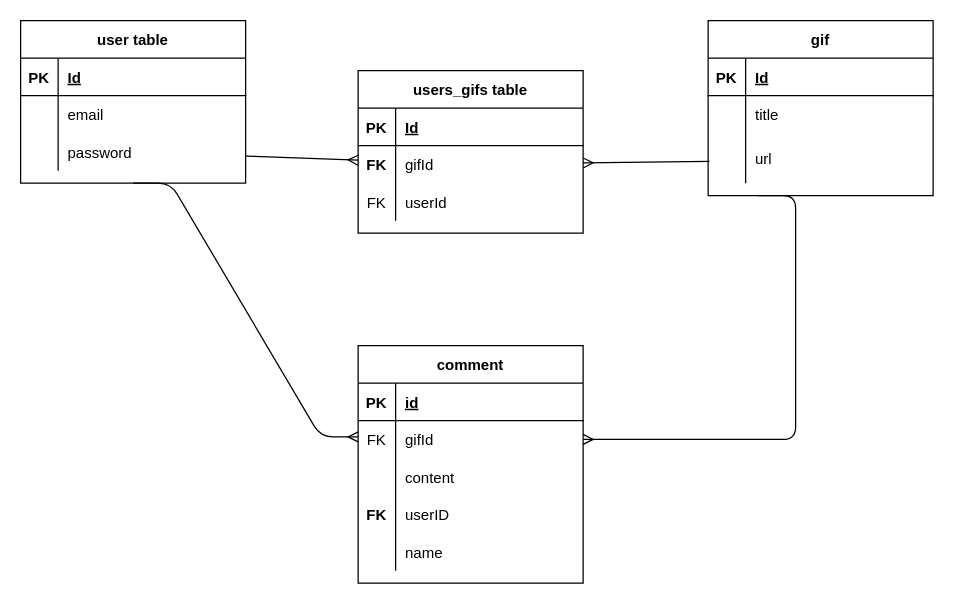
Earlier version of the draw.io diagram .drawio (OmgVal/Project-2). Source tidied: cells renumbered, new cells numbered last; positions are measured from the earlier drawing's top-left corner, leaving out a move shared by most shapes. Both pictures are drawn from the tidied source at 125%, with x=0, y=0 at pixel (20, 20).
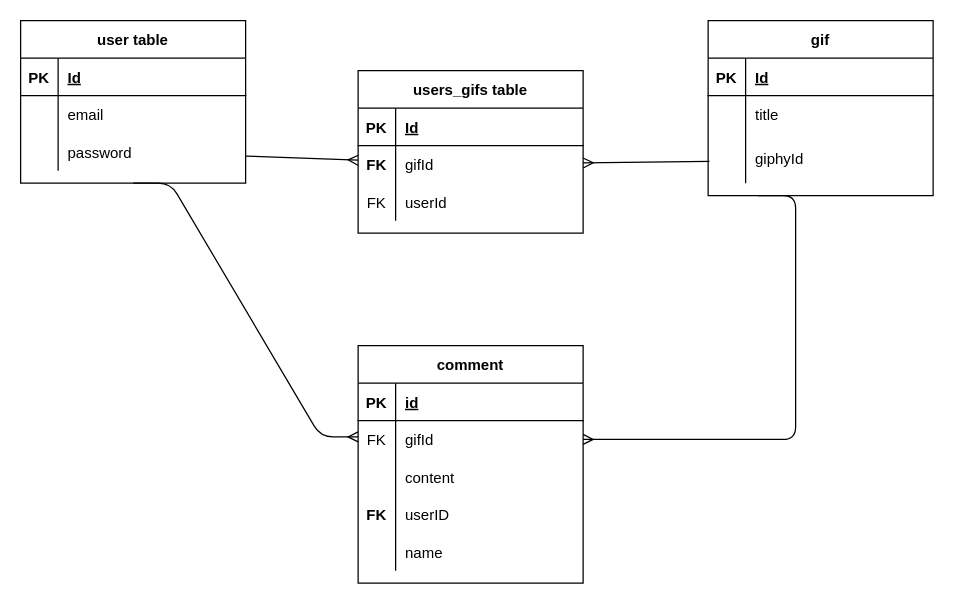
The same page after the edit.

Commit message (it also covers changes not shown here):
updated img for ERDs in read me file

The change refers to these unchanged cells:
```xml
<mxCell id="45" style="shape=partialRectangle;fillColor=none;top=0;left=0;bottom=0;right=0;points=[[0,0.5],[1,0.5]];portConstraint=eastwest;" parent="38" vertex="1">
  <mxGeometry y="90" width="180" height="40" as="geometry" />
</mxCell>
```

What changed in the source:
```diff
@@
-    <mxCell id="47" value="url" style="shape=partialRectangle;fillColor=none;top=0;left=0;bottom=0;right=0;align=left;spacingLeft=6;overflow=hidden;" parent="45" vertex="1">
+    <mxCell id="47" value="giphyId" style="shape=partialRectangle;fillColor=none;top=0;left=0;bottom=0;right=0;align=left;spacingLeft=6;overflow=hidden;" parent="45" vertex="1">
       <mxGeometry x="30" width="150" height="40" as="geometry" />
     </mxCell>
```
